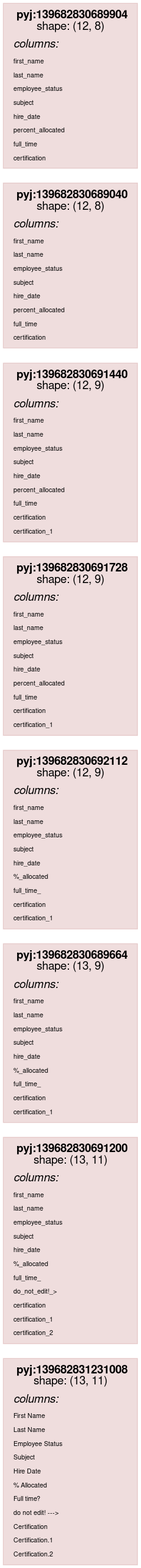
Above: scripts/rdflog/dirty-clean-w-cmp.ttl.dot.png in asmirnov69/pyjviz-poc (Graphviz), before the change. Its source is kept beside it as scripts/rdflog/dirty-clean-w-cmp.ttl.dot.
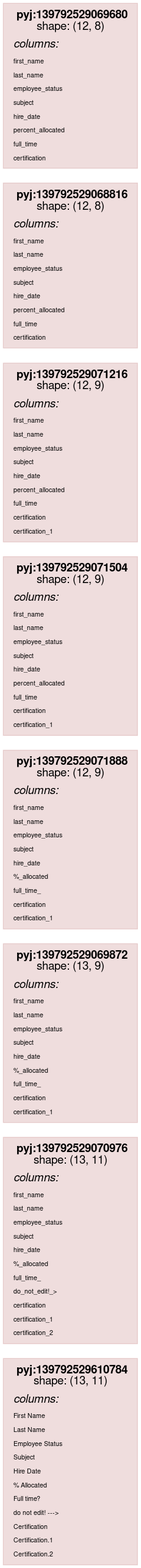
Later version of the same file.

The edit, as a diff of the source:
```diff
@@ -14,7 +14,7 @@
                 color="#88000022"
                 shape = rect
                 label = <<table border="0" cellborder="0" cellspacing="0" cellpadding="4">
-                         <tr> <td> <b>pyj:139682831231008</b><br/>shape: (13, 11)</td> </tr>
+                         <tr> <td> <b>pyj:139792529610784</b><br/>shape: (13, 11)</td> </tr>
                          <tr> <td align="left"><i>columns:</i><br align="left"/></td></tr>
                 <tr><td align="left"><FONT POINT-SIZE="8px">First Name</FONT></td></tr>
 <tr><td align="left"><FONT POINT-SIZE="8px">Last Name</FONT></td></tr>
@@ -33,7 +33,7 @@
                 color="#88000022"
                 shape = rect
                 label = <<table border="0" cellborder="0" cellspacing="0" cellpadding="4">
-                         <tr> <td> <b>pyj:139682830691200</b><br/>shape: (13, 11)</td> </tr>
+                         <tr> <td> <b>pyj:139792529070976</b><br/>shape: (13, 11)</td> </tr>
                          <tr> <td align="left"><i>columns:</i><br align="left"/></td></tr>
                 <tr><td align="left"><FONT POINT-SIZE="8px">first_name</FONT></td></tr>
 <tr><td align="left"><FONT POINT-SIZE="8px">last_name</FONT></td></tr>
@@ -52,7 +52,7 @@
                 color="#88000022"
                 shape = rect
                 label = <<table border="0" cellborder="0" cellspacing="0" cellpadding="4">
-                         <tr> <td> <b>pyj:139682830689664</b><br/>shape: (13, 9)</td> </tr>
+                         <tr> <td> <b>pyj:139792529069872</b><br/>shape: (13, 9)</td> </tr>
                          <tr> <td align="left"><i>columns:</i><br align="left"/></td></tr>
                 <tr><td align="left"><FONT POINT-SIZE="8px">first_name</FONT></td></tr>
 <tr><td align="left"><FONT POINT-SIZE="8px">last_name</FONT></td></tr>
@@ -69,7 +69,7 @@
                 color="#88000022"
                 shape = rect
                 label = <<table border="0" cellborder="0" cellspacing="0" cellpadding="4">
-                         <tr> <td> <b>pyj:139682830692112</b><br/>shape: (12, 9)</td> </tr>
+                         <tr> <td> <b>pyj:139792529071888</b><br/>shape: (12, 9)</td> </tr>
                          <tr> <td align="left"><i>columns:</i><br align="left"/></td></tr>
                 <tr><td align="left"><FONT POINT-SIZE="8px">first_name</FONT></td></tr>
 <tr><td align="left"><FONT POINT-SIZE="8px">last_name</FONT></td></tr>
@@ -86,7 +86,7 @@
                 color="#88000022"
                 shape = rect
                 label = <<table border="0" cellborder="0" cellspacing="0" cellpadding="4">
-                         <tr> <td> <b>pyj:139682830691728</b><br/>shape: (12, 9)</td> </tr>
+                         <tr> <td> <b>pyj:139792529071504</b><br/>shape: (12, 9)</td> </tr>
                          <tr> <td align="left"><i>columns:</i><br align="left"/></td></tr>
                 <tr><td align="left"><FONT POINT-SIZE="8px">first_name</FONT></td></tr>
 <tr><td align="left"><FONT POINT-SIZE="8px">last_name</FONT></td></tr>
@@ -103,7 +103,7 @@
                 color="#88000022"
                 shape = rect
                 label = <<table border="0" cellborder="0" cellspacing="0" cellpadding="4">
-                         <tr> <td> <b>pyj:139682830691440</b><br/>shape: (12, 9)</td> </tr>
+                         <tr> <td> <b>pyj:139792529071216</b><br/>shape: (12, 9)</td> </tr>
                          <tr> <td align="left"><i>columns:</i><br align="left"/></td></tr>
                 <tr><td align="left"><FONT POINT-SIZE="8px">first_name</FONT></td></tr>
 <tr><td align="left"><FONT POINT-SIZE="8px">last_name</FONT></td></tr>
@@ -120,7 +120,7 @@
                 color="#88000022"
                 shape = rect
                 label = <<table border="0" cellborder="0" cellspacing="0" cellpadding="4">
-                         <tr> <td> <b>pyj:139682830689040</b><br/>shape: (12, 8)</td> </tr>
+                         <tr> <td> <b>pyj:139792529068816</b><br/>shape: (12, 8)</td> </tr>
                          <tr> <td align="left"><i>columns:</i><br align="left"/></td></tr>
                 <tr><td align="left"><FONT POINT-SIZE="8px">first_name</FONT></td></tr>
 <tr><td align="left"><FONT POINT-SIZE="8px">last_name</FONT></td></tr>
@@ -136,7 +136,7 @@
                 color="#88000022"
                 shape = rect
                 label = <<table border="0" cellborder="0" cellspacing="0" cellpadding="4">
-                         <tr> <td> <b>pyj:139682830689904</b><br/>shape: (12, 8)</td> </tr>
+                         <tr> <td> <b>pyj:139792529069680</b><br/>shape: (12, 8)</td> </tr>
                          <tr> <td align="left"><i>columns:</i><br align="left"/></td></tr>
                 <tr><td align="left"><FONT POINT-SIZE="8px">first_name</FONT></td></tr>
 <tr><td align="left"><FONT POINT-SIZE="8px">last_name</FONT></td></tr>
```
